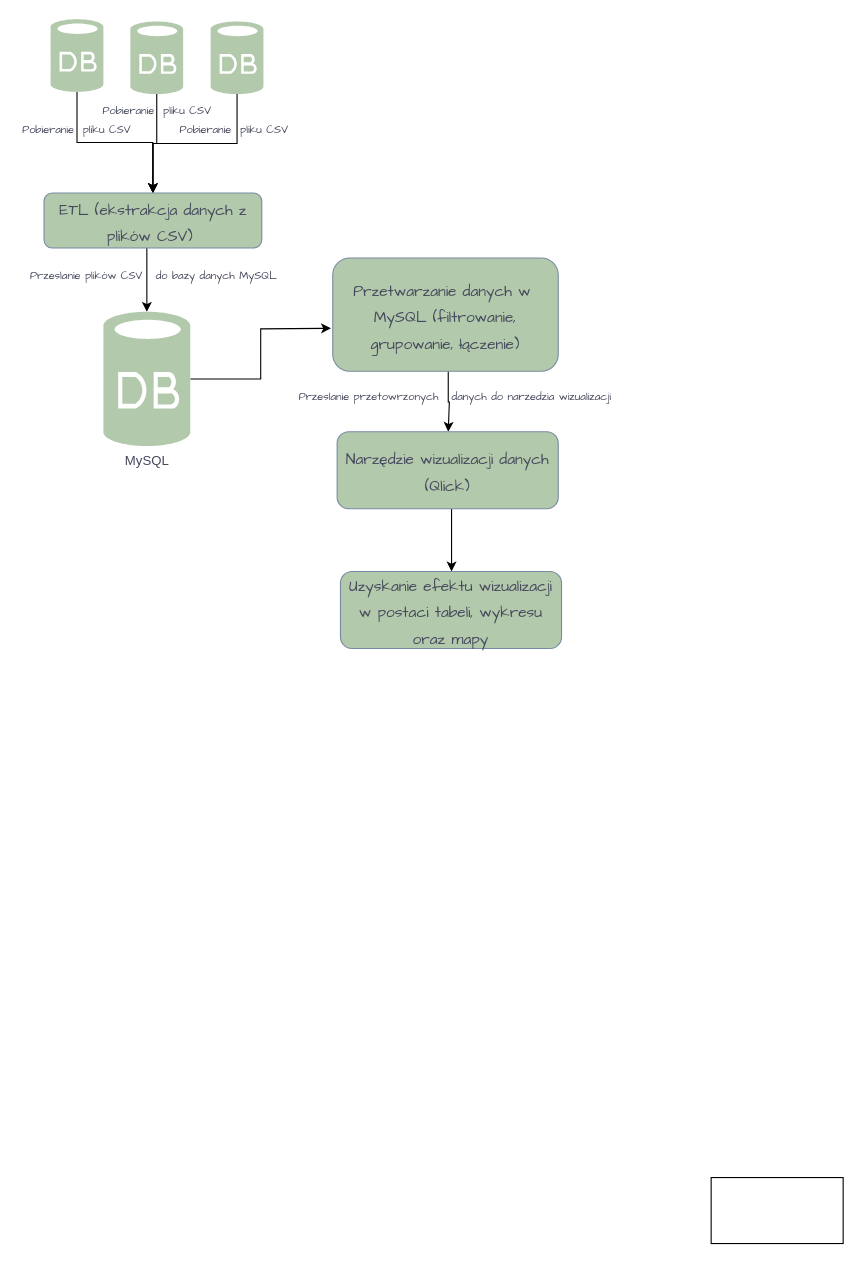
Above: Diagram bez tytułu.drawio in Kokarollka/praca-dyplomowa-gr3 (draw.io), before the change. Source tidied: cells renumbered, new cells numbered last; positions are measured from the earlier drawing's top-left corner, leaving out a move shared by most shapes. Both pictures are drawn from the tidied source at 110%, with x=0, y=0 at pixel (19, 19).
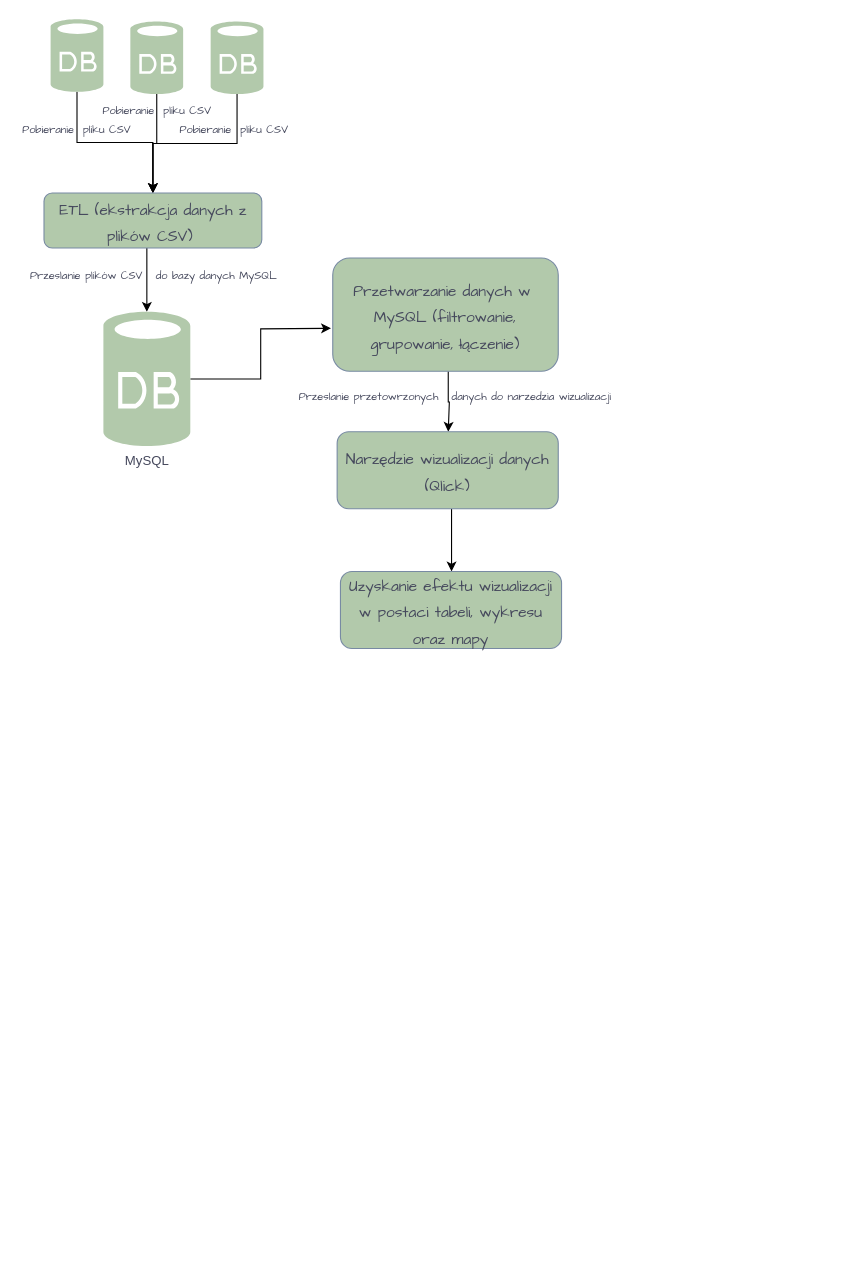
After the change.

Commit message:
usuniecie kwadratu

What changed in the source:
```diff
@@
-    <mxCell id="22" style="rounded=0;whiteSpace=wrap;html=1;" parent="1" vertex="1">
-      <mxGeometry x="629" y="1053" width="120" height="60" as="geometry" />
-    </mxCell>
```
